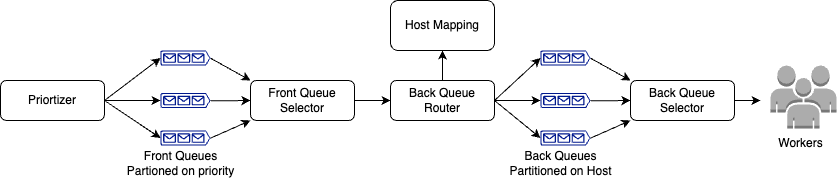
This is images/URLfrontier.png from muskan70/HLDSolutions, a draw.io export, as it was before one commit. Source tidied: cells renumbered, new cells last; positions are measured from the earlier drawing's top-left corner, leaving out a move shared by most shapes.
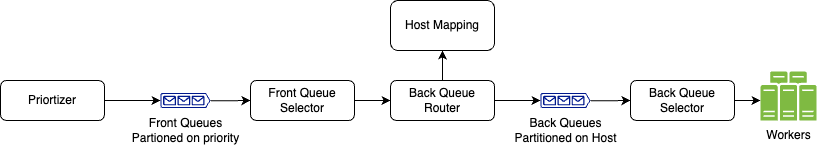
After the commit.

Change to the diagram source:
```diff
@@ -5,9 +5,6 @@
     <mxCell id="2" value="Priortizer" style="rounded=1;whiteSpace=wrap;html=1;" parent="1" vertex="1">
       <mxGeometry y="80" width="104" height="40" as="geometry" />
     </mxCell>
-    <mxCell id="3" style="sketch=0;shadow=0;dashed=0;html=1;strokeColor=none;labelPosition=center;verticalLabelPosition=bottom;verticalAlign=top;align=center;fillColor=#00188D;shape=mxgraph.azure.queue_generic;" parent="1" vertex="1">
-      <mxGeometry x="160" y="50" width="50" height="15" as="geometry" />
-    </mxCell>
     <mxCell id="4" style="edgeStyle=orthogonalEdgeStyle;rounded=0;jettySize=auto;html=1;exitX=1;exitY=0.51;exitDx=0;exitDy=0;exitPerimeter=0;" parent="1" edge="1" source="5">
       <mxGeometry relative="1" as="geometry">
         <mxPoint x="250" y="100" as="targetPoint" />
@@ -16,9 +13,6 @@
     <mxCell id="5" style="sketch=0;shadow=0;dashed=0;html=1;strokeColor=none;labelPosition=center;verticalLabelPosition=bottom;verticalAlign=top;align=center;fillColor=#00188D;shape=mxgraph.azure.queue_generic;" parent="1" vertex="1">
       <mxGeometry x="160" y="92.5" width="50" height="15" as="geometry" />
     </mxCell>
-    <mxCell id="6" style="sketch=0;shadow=0;dashed=0;html=1;strokeColor=none;labelPosition=center;verticalLabelPosition=bottom;verticalAlign=top;align=center;fillColor=#00188D;shape=mxgraph.azure.queue_generic;" parent="1" vertex="1">
-      <mxGeometry x="160" y="130" width="50" height="15" as="geometry" />
-    </mxCell>
     <mxCell id="7" value="Back Queue&lt;div&gt;Router&lt;/div&gt;" style="rounded=1;whiteSpace=wrap;html=1;" parent="1" vertex="1">
       <mxGeometry x="390" y="80" width="104" height="40" as="geometry" />
     </mxCell>
@@ -28,24 +22,9 @@
     <mxCell id="9" value="Front Queue&lt;div&gt;Selector&lt;/div&gt;" style="rounded=1;whiteSpace=wrap;html=1;" parent="1" vertex="1">
       <mxGeometry x="250" y="80" width="104" height="40" as="geometry" />
     </mxCell>
-    <mxCell id="10" style="endArrow=classic;html=1;rounded=0;exitX=1;exitY=0.5;exitDx=0;exitDy=0;entryX=0;entryY=0.5;entryDx=0;entryDy=0;entryPerimeter=0;" parent="1" edge="1" source="2" target="3">
-      <mxGeometry relative="1" as="geometry" />
-    </mxCell>
     <mxCell id="11" style="edgeStyle=orthogonalEdgeStyle;rounded=0;jettySize=auto;html=1;exitX=1;exitY=0.5;exitDx=0;exitDy=0;entryX=0;entryY=0.5;entryDx=0;entryDy=0;entryPerimeter=0;" parent="1" edge="1" source="2" target="5">
       <mxGeometry relative="1" as="geometry" />
     </mxCell>
-    <mxCell id="12" style="endArrow=classic;html=1;rounded=0;entryX=0;entryY=0.5;entryDx=0;entryDy=0;entryPerimeter=0;exitX=1;exitY=0.5;exitDx=0;exitDy=0;" parent="1" edge="1" source="2" target="6">
-      <mxGeometry relative="1" as="geometry" />
-    </mxCell>
-    <mxCell id="13" style="endArrow=classic;html=1;rounded=0;exitX=1;exitY=0.51;exitDx=0;exitDy=0;exitPerimeter=0;entryX=0;entryY=0;entryDx=0;entryDy=0;" parent="1" edge="1" source="3" target="9">
-      <mxGeometry relative="1" as="geometry" />
-    </mxCell>
-    <mxCell id="14" style="endArrow=classic;html=1;rounded=0;exitX=1;exitY=0.51;exitDx=0;exitDy=0;exitPerimeter=0;entryX=0;entryY=1;entryDx=0;entryDy=0;" parent="1" edge="1" source="6" target="9">
-      <mxGeometry relative="1" as="geometry" />
-    </mxCell>
-    <mxCell id="15" style="sketch=0;shadow=0;dashed=0;html=1;strokeColor=none;labelPosition=center;verticalLabelPosition=bottom;verticalAlign=top;align=center;fillColor=#00188D;shape=mxgraph.azure.queue_generic;" parent="1" vertex="1">
-      <mxGeometry x="540" y="50" width="50" height="15" as="geometry" />
-    </mxCell>
     <mxCell id="16" style="edgeStyle=orthogonalEdgeStyle;rounded=0;jettySize=auto;html=1;exitX=1;exitY=0.51;exitDx=0;exitDy=0;exitPerimeter=0;" parent="1" edge="1" source="17">
       <mxGeometry relative="1" as="geometry">
         <mxPoint x="630" y="100" as="targetPoint" />
@@ -54,9 +33,6 @@
     <mxCell id="17" style="sketch=0;shadow=0;dashed=0;html=1;strokeColor=none;labelPosition=center;verticalLabelPosition=bottom;verticalAlign=top;align=center;fillColor=#00188D;shape=mxgraph.azure.queue_generic;" parent="1" vertex="1">
       <mxGeometry x="540" y="92.5" width="50" height="15" as="geometry" />
     </mxCell>
-    <mxCell id="18" style="sketch=0;shadow=0;dashed=0;html=1;strokeColor=none;labelPosition=center;verticalLabelPosition=bottom;verticalAlign=top;align=center;fillColor=#00188D;shape=mxgraph.azure.queue_generic;" parent="1" vertex="1">
-      <mxGeometry x="540" y="130" width="50" height="15" as="geometry" />
-    </mxCell>
     <mxCell id="19" style="edgeStyle=orthogonalEdgeStyle;rounded=0;jettySize=auto;html=1;exitX=1;exitY=0.5;exitDx=0;exitDy=0;" parent="1" edge="1" source="20">
       <mxGeometry relative="1" as="geometry">
         <mxPoint x="760" y="100" as="targetPoint" />
@@ -65,38 +41,26 @@
     <mxCell id="20" value="Back Queue&lt;div&gt;Selector&lt;/div&gt;" style="rounded=1;whiteSpace=wrap;html=1;" parent="1" vertex="1">
       <mxGeometry x="630" y="80" width="104" height="40" as="geometry" />
     </mxCell>
-    <mxCell id="21" style="endArrow=classic;html=1;rounded=0;exitX=1;exitY=0.51;exitDx=0;exitDy=0;exitPerimeter=0;entryX=0;entryY=0;entryDx=0;entryDy=0;" parent="1" edge="1" source="15" target="20">
-      <mxGeometry relative="1" as="geometry" />
-    </mxCell>
-    <mxCell id="22" style="endArrow=classic;html=1;rounded=0;exitX=1;exitY=0.51;exitDx=0;exitDy=0;exitPerimeter=0;entryX=0;entryY=1;entryDx=0;entryDy=0;" parent="1" edge="1" source="18" target="20">
-      <mxGeometry relative="1" as="geometry" />
-    </mxCell>
     <mxCell id="23" style="edgeStyle=orthogonalEdgeStyle;rounded=0;jettySize=auto;html=1;exitX=1;exitY=0.5;exitDx=0;exitDy=0;entryX=0;entryY=0.5;entryDx=0;entryDy=0;entryPerimeter=0;" parent="1" edge="1" source="7" target="17">
       <mxGeometry relative="1" as="geometry" />
     </mxCell>
-    <mxCell id="24" style="endArrow=classic;html=1;rounded=0;exitX=1;exitY=0.5;exitDx=0;exitDy=0;entryX=0;entryY=0.5;entryDx=0;entryDy=0;entryPerimeter=0;" parent="1" edge="1" source="7" target="15">
-      <mxGeometry relative="1" as="geometry" />
-    </mxCell>
-    <mxCell id="25" style="endArrow=classic;html=1;rounded=0;exitX=1;exitY=0.5;exitDx=0;exitDy=0;entryX=0;entryY=0.5;entryDx=0;entryDy=0;entryPerimeter=0;" parent="1" edge="1" source="7" target="18">
-      <mxGeometry relative="1" as="geometry" />
-    </mxCell>
     <mxCell id="26" value="Host Mapping" style="rounded=1;whiteSpace=wrap;html=1;" parent="1" vertex="1">
       <mxGeometry x="390" width="104" height="50" as="geometry" />
     </mxCell>
     <mxCell id="27" style="endArrow=classic;html=1;rounded=0;exitX=0.5;exitY=0;exitDx=0;exitDy=0;entryX=0.5;entryY=1;entryDx=0;entryDy=0;" parent="1" edge="1" source="7" target="26">
       <mxGeometry relative="1" as="geometry" />
     </mxCell>
-    <mxCell id="28" style="dashed=0;verticalLabelPosition=bottom;verticalAlign=top;align=center;html=1;shape=mxgraph.aws3.users;fillColor=#ACACAC;gradientColor=none;" parent="1" vertex="1">
-      <mxGeometry x="770" y="65" width="66" height="63" as="geometry" />
-    </mxCell>
     <mxCell id="29" value="Workers" style="text;html=1;align=center;verticalAlign=middle;strokeColor=none;fillColor=none;" parent="1" vertex="1">
-      <mxGeometry x="765" y="128" width="70" height="30" as="geometry" />
+      <mxGeometry x="753" y="120" width="70" height="30" as="geometry" />
     </mxCell>
     <mxCell id="30" value="Front Queues&lt;div&gt;Partioned on priority&lt;/div&gt;" style="text;html=1;align=center;verticalAlign=middle;strokeColor=none;fillColor=none;" parent="1" vertex="1">
-      <mxGeometry x="115" y="143" width="130" height="40" as="geometry" />
+      <mxGeometry x="120" y="110" width="130" height="40" as="geometry" />
     </mxCell>
     <mxCell id="31" value="Back Queues&lt;div&gt;Partitioned on Host&lt;/div&gt;" style="text;html=1;align=center;verticalAlign=middle;strokeColor=none;fillColor=none;" parent="1" vertex="1">
-      <mxGeometry x="495" y="143" width="130" height="40" as="geometry" />
+      <mxGeometry x="500" y="110" width="130" height="40" as="geometry" />
     </mxCell>
+    <mxCell id="32" style="sketch=0;shadow=0;dashed=0;html=1;strokeColor=none;fillColor=#505050;labelPosition=center;verticalLabelPosition=bottom;verticalAlign=top;align=center;shape=mxgraph.office.servers.server_farm;fillColor=#7FBA42;" parent="1" vertex="1">
+      <mxGeometry x="760" y="71" width="56" height="49" as="geometry" />
+    </mxCell>
   </root>
 </mxGraphModel>
```
